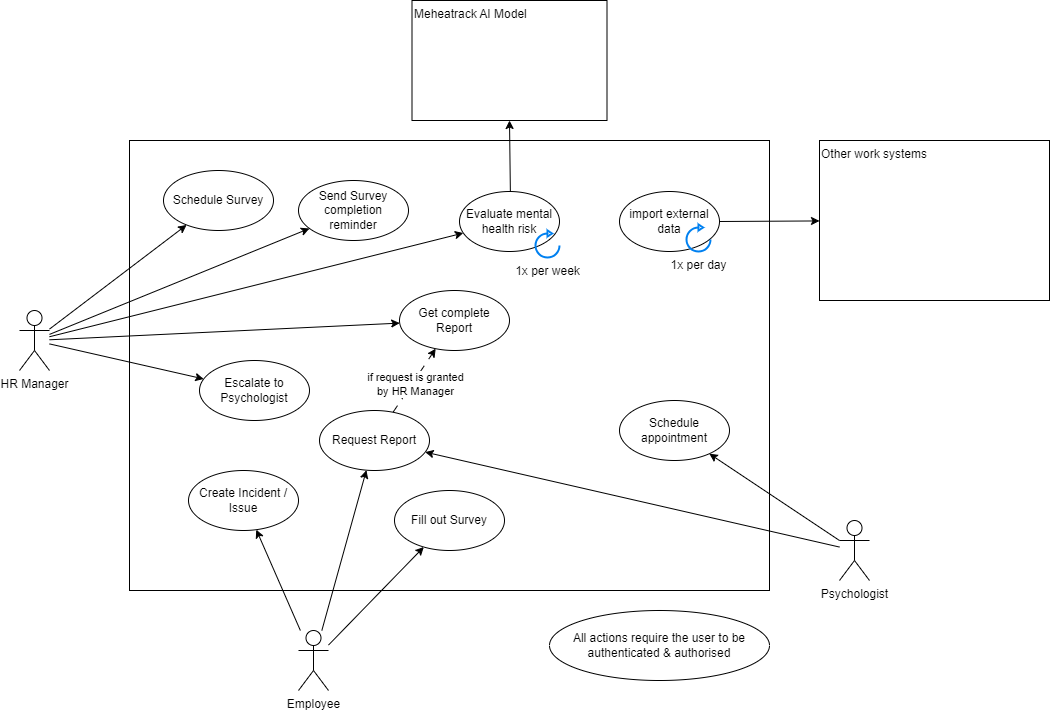
Earlier version of the draw.io export docs/DiagramUseCase.drawio.png (Creebos/Mindwatch). Source tidied: cells renumbered, new cells last; positions are measured from the earlier drawing's top-left corner, leaving out a move shared by most shapes. Its diagram source:
```xml
<mxGraphModel>
  <root>
    <mxCell id="0" />
    <mxCell id="1" parent="0" />
    <mxCell id="2" style="rounded=0;whiteSpace=wrap;html=1;align=left;verticalAlign=top;" parent="1" vertex="1">
      <mxGeometry x="110" y="140" width="640" height="450" as="geometry" />
    </mxCell>
    <mxCell id="3" style="rounded=0;jettySize=auto;html=1;" parent="1" edge="1" source="8" target="14">
      <mxGeometry relative="1" as="geometry" />
    </mxCell>
    <mxCell id="4" style="edgeStyle=none;rounded=0;jettySize=auto;html=1;" parent="1" edge="1" source="8" target="15">
      <mxGeometry relative="1" as="geometry" />
    </mxCell>
    <mxCell id="5" style="edgeStyle=none;rounded=0;jettySize=auto;html=1;" parent="1" edge="1" source="8" target="21">
      <mxGeometry relative="1" as="geometry" />
    </mxCell>
    <mxCell id="6" style="edgeStyle=none;rounded=0;jettySize=auto;html=1;" parent="1" edge="1" source="8" target="22">
      <mxGeometry relative="1" as="geometry" />
    </mxCell>
    <mxCell id="7" style="edgeStyle=none;rounded=0;jettySize=auto;html=1;" parent="1" edge="1" source="8" target="32">
      <mxGeometry relative="1" as="geometry" />
    </mxCell>
    <mxCell id="8" value="HR Manager" style="shape=umlActor;verticalLabelPosition=bottom;verticalAlign=top;html=1;outlineConnect=0;" parent="1" vertex="1">
      <mxGeometry y="310" width="30" height="60" as="geometry" />
    </mxCell>
    <mxCell id="9" style="edgeStyle=none;rounded=0;jettySize=auto;html=1;" parent="1" edge="1" source="11" target="16">
      <mxGeometry relative="1" as="geometry" />
    </mxCell>
    <mxCell id="10" style="edgeStyle=none;rounded=0;jettySize=auto;html=1;" parent="1" edge="1" source="11" target="25">
      <mxGeometry relative="1" as="geometry" />
    </mxCell>
    <mxCell id="11" value="Employee" style="shape=umlActor;verticalLabelPosition=bottom;verticalAlign=top;html=1;outlineConnect=0;" parent="1" vertex="1">
      <mxGeometry x="279" y="630" width="30" height="60" as="geometry" />
    </mxCell>
    <mxCell id="12" value="Fill out Survey" style="ellipse;whiteSpace=wrap;html=1;" parent="1" vertex="1">
      <mxGeometry x="375" y="490" width="110" height="60" as="geometry" />
    </mxCell>
    <mxCell id="13" style="rounded=0;jettySize=auto;html=1;endArrow=classic;endFill=1;" parent="1" edge="1" source="11" target="12">
      <mxGeometry relative="1" as="geometry" />
    </mxCell>
    <mxCell id="14" value="Schedule Survey" style="ellipse;whiteSpace=wrap;html=1;" parent="1" vertex="1">
      <mxGeometry x="144" y="170" width="110" height="60" as="geometry" />
    </mxCell>
    <mxCell id="15" value="Send Survey completion reminder" style="ellipse;whiteSpace=wrap;html=1;" parent="1" vertex="1">
      <mxGeometry x="279" y="180" width="110" height="60" as="geometry" />
    </mxCell>
    <mxCell id="16" value="Create Incident / Issue" style="ellipse;whiteSpace=wrap;html=1;" parent="1" vertex="1">
      <mxGeometry x="169" y="470" width="110" height="60" as="geometry" />
    </mxCell>
    <mxCell id="17" style="edgeStyle=none;rounded=0;jettySize=auto;html=1;" parent="1" edge="1" source="19" target="20">
      <mxGeometry relative="1" as="geometry" />
    </mxCell>
    <mxCell id="18" style="edgeStyle=none;rounded=0;jettySize=auto;html=1;" parent="1" edge="1" source="19" target="25">
      <mxGeometry relative="1" as="geometry" />
    </mxCell>
    <mxCell id="19" value="Psychologist" style="shape=umlActor;verticalLabelPosition=bottom;verticalAlign=top;html=1;outlineConnect=0;" parent="1" vertex="1">
      <mxGeometry x="820" y="520" width="30" height="60" as="geometry" />
    </mxCell>
    <mxCell id="20" value="Schedule appointment" style="ellipse;whiteSpace=wrap;html=1;" parent="1" vertex="1">
      <mxGeometry x="600" y="400" width="110" height="60" as="geometry" />
    </mxCell>
    <mxCell id="21" value="Escalate to Psychologist" style="ellipse;whiteSpace=wrap;html=1;" parent="1" vertex="1">
      <mxGeometry x="180" y="360" width="110" height="60" as="geometry" />
    </mxCell>
    <mxCell id="22" value="Get complete Report" style="ellipse;whiteSpace=wrap;html=1;" parent="1" vertex="1">
      <mxGeometry x="380" y="290" width="110" height="60" as="geometry" />
    </mxCell>
    <mxCell id="23" style="edgeStyle=none;rounded=0;jettySize=auto;html=1;dashed=1;dashPattern=8 8;" parent="1" edge="1" source="25" target="22">
      <mxGeometry relative="1" as="geometry" />
    </mxCell>
    <mxCell id="24" value="if request is granted &lt;br&gt;by HR Manager" style="edgeLabel;html=1;align=center;verticalAlign=middle;" parent="23" vertex="1">
      <mxGeometry x="-0.06" y="-2" relative="1" as="geometry" />
    </mxCell>
    <mxCell id="25" value="Request Report" style="ellipse;whiteSpace=wrap;html=1;" parent="1" vertex="1">
      <mxGeometry x="300" y="410" width="110" height="60" as="geometry" />
    </mxCell>
    <mxCell id="26" value="Other work systems" style="rounded=0;whiteSpace=wrap;html=1;align=left;verticalAlign=top;" parent="1" vertex="1">
      <mxGeometry x="800" y="140" width="230" height="160" as="geometry" />
    </mxCell>
    <mxCell id="27" style="edgeStyle=none;rounded=0;jettySize=auto;html=1;" parent="1" edge="1" source="28" target="26">
      <mxGeometry relative="1" as="geometry" />
    </mxCell>
    <mxCell id="28" value="import external data" style="ellipse;whiteSpace=wrap;html=1;" parent="1" vertex="1">
      <mxGeometry x="600" y="191" width="100" height="60" as="geometry" />
    </mxCell>
    <mxCell id="29" value="1x per day" style="html=1;verticalLabelPosition=bottom;align=center;labelBackgroundColor=#ffffff;verticalAlign=top;strokeWidth=2;strokeColor=#0080F0;shadow=0;dashed=0;shape=mxgraph.ios7.icons.reload;" parent="1" vertex="1">
      <mxGeometry x="667" y="224" width="24" height="27" as="geometry" />
    </mxCell>
    <mxCell id="30" value="Meheatrack AI Model" style="rounded=0;whiteSpace=wrap;html=1;align=left;verticalAlign=top;" parent="1" vertex="1">
      <mxGeometry x="392.5" width="195" height="120" as="geometry" />
    </mxCell>
    <mxCell id="31" style="edgeStyle=none;rounded=0;jettySize=auto;html=1;" parent="1" edge="1" source="32" target="30">
      <mxGeometry relative="1" as="geometry" />
    </mxCell>
    <mxCell id="32" value="Evaluate mental health risk" style="ellipse;whiteSpace=wrap;html=1;" parent="1" vertex="1">
      <mxGeometry x="440" y="191" width="100" height="60" as="geometry" />
    </mxCell>
    <mxCell id="33" value="1x per week" style="html=1;verticalLabelPosition=bottom;align=center;labelBackgroundColor=#ffffff;verticalAlign=top;strokeWidth=2;strokeColor=#0080F0;shadow=0;dashed=0;shape=mxgraph.ios7.icons.reload;" parent="1" vertex="1">
      <mxGeometry x="516" y="230" width="24" height="27" as="geometry" />
    </mxCell>
    <mxCell id="34" value="All actions require the user to be authenticated &amp;amp; authorised" style="ellipse;whiteSpace=wrap;html=1;" parent="1" vertex="1">
      <mxGeometry x="530" y="610" width="220" height="70" as="geometry" />
    </mxCell>
  </root>
</mxGraphModel>
```
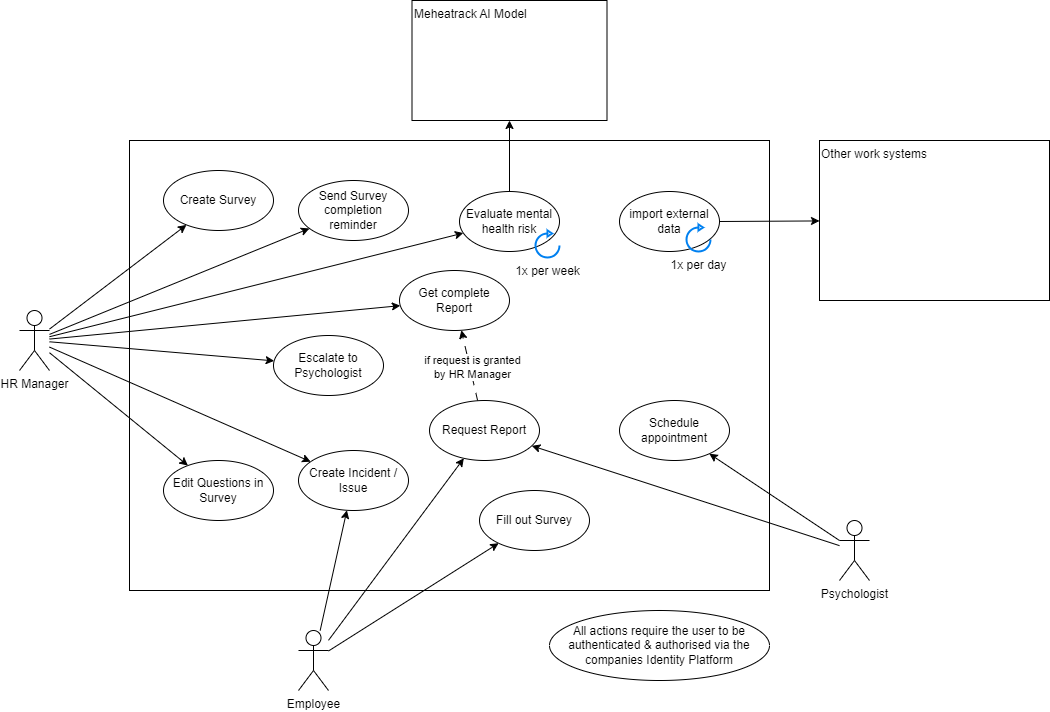
Later version of the same file.

Diff of the diagram source:
```diff
@@ -20,6 +20,12 @@
     <mxCell id="7" style="edgeStyle=none;rounded=0;jettySize=auto;html=1;" parent="1" edge="1" source="8" target="32">
       <mxGeometry relative="1" as="geometry" />
     </mxCell>
+    <mxCell id="35" style="edgeStyle=none;html=1;" parent="1" edge="1" source="8" target="37">
+      <mxGeometry relative="1" as="geometry" />
+    </mxCell>
+    <mxCell id="36" style="edgeStyle=none;html=1;" parent="1" edge="1" source="8" target="16">
+      <mxGeometry relative="1" as="geometry" />
+    </mxCell>
     <mxCell id="8" value="HR Manager" style="shape=umlActor;verticalLabelPosition=bottom;verticalAlign=top;html=1;outlineConnect=0;" parent="1" vertex="1">
       <mxGeometry y="310" width="30" height="60" as="geometry" />
     </mxCell>
@@ -33,19 +39,19 @@
       <mxGeometry x="279" y="630" width="30" height="60" as="geometry" />
     </mxCell>
     <mxCell id="12" value="Fill out Survey" style="ellipse;whiteSpace=wrap;html=1;" parent="1" vertex="1">
-      <mxGeometry x="375" y="490" width="110" height="60" as="geometry" />
+      <mxGeometry x="460" y="490" width="110" height="60" as="geometry" />
     </mxCell>
     <mxCell id="13" style="rounded=0;jettySize=auto;html=1;endArrow=classic;endFill=1;" parent="1" edge="1" source="11" target="12">
       <mxGeometry relative="1" as="geometry" />
     </mxCell>
-    <mxCell id="14" value="Schedule Survey" style="ellipse;whiteSpace=wrap;html=1;" parent="1" vertex="1">
+    <mxCell id="14" value="Create Survey" style="ellipse;whiteSpace=wrap;html=1;" parent="1" vertex="1">
       <mxGeometry x="144" y="170" width="110" height="60" as="geometry" />
     </mxCell>
     <mxCell id="15" value="Send Survey completion reminder" style="ellipse;whiteSpace=wrap;html=1;" parent="1" vertex="1">
       <mxGeometry x="279" y="180" width="110" height="60" as="geometry" />
     </mxCell>
     <mxCell id="16" value="Create Incident / Issue" style="ellipse;whiteSpace=wrap;html=1;" parent="1" vertex="1">
-      <mxGeometry x="169" y="470" width="110" height="60" as="geometry" />
+      <mxGeometry x="279" y="450" width="110" height="60" as="geometry" />
     </mxCell>
     <mxCell id="17" style="edgeStyle=none;rounded=0;jettySize=auto;html=1;" parent="1" edge="1" source="19" target="20">
       <mxGeometry relative="1" as="geometry" />
@@ -60,10 +66,10 @@
       <mxGeometry x="600" y="400" width="110" height="60" as="geometry" />
     </mxCell>
     <mxCell id="21" value="Escalate to Psychologist" style="ellipse;whiteSpace=wrap;html=1;" parent="1" vertex="1">
-      <mxGeometry x="180" y="360" width="110" height="60" as="geometry" />
+      <mxGeometry x="254" y="335" width="110" height="60" as="geometry" />
     </mxCell>
     <mxCell id="22" value="Get complete Report" style="ellipse;whiteSpace=wrap;html=1;" parent="1" vertex="1">
-      <mxGeometry x="380" y="290" width="110" height="60" as="geometry" />
+      <mxGeometry x="380" y="270" width="110" height="60" as="geometry" />
     </mxCell>
     <mxCell id="23" style="edgeStyle=none;rounded=0;jettySize=auto;html=1;dashed=1;dashPattern=8 8;" parent="1" edge="1" source="25" target="22">
       <mxGeometry relative="1" as="geometry" />
@@ -72,7 +78,7 @@
       <mxGeometry x="-0.06" y="-2" relative="1" as="geometry" />
     </mxCell>
     <mxCell id="25" value="Request Report" style="ellipse;whiteSpace=wrap;html=1;" parent="1" vertex="1">
-      <mxGeometry x="300" y="410" width="110" height="60" as="geometry" />
+      <mxGeometry x="410" y="400" width="110" height="60" as="geometry" />
     </mxCell>
     <mxCell id="26" value="Other work systems" style="rounded=0;whiteSpace=wrap;html=1;align=left;verticalAlign=top;" parent="1" vertex="1">
       <mxGeometry x="800" y="140" width="230" height="160" as="geometry" />
@@ -98,8 +104,11 @@
     <mxCell id="33" value="1x per week" style="html=1;verticalLabelPosition=bottom;align=center;labelBackgroundColor=#ffffff;verticalAlign=top;strokeWidth=2;strokeColor=#0080F0;shadow=0;dashed=0;shape=mxgraph.ios7.icons.reload;" parent="1" vertex="1">
       <mxGeometry x="516" y="230" width="24" height="27" as="geometry" />
     </mxCell>
-    <mxCell id="34" value="All actions require the user to be authenticated &amp;amp; authorised" style="ellipse;whiteSpace=wrap;html=1;" parent="1" vertex="1">
+    <mxCell id="34" value="All actions require the user to be authenticated &amp;amp; authorised via the companies Identity Platform" style="ellipse;whiteSpace=wrap;html=1;" parent="1" vertex="1">
       <mxGeometry x="530" y="610" width="220" height="70" as="geometry" />
     </mxCell>
+    <mxCell id="37" value="Edit Questions in Survey" style="ellipse;whiteSpace=wrap;html=1;" parent="1" vertex="1">
+      <mxGeometry x="144" y="460" width="110" height="60" as="geometry" />
+    </mxCell>
   </root>
 </mxGraphModel>
```
